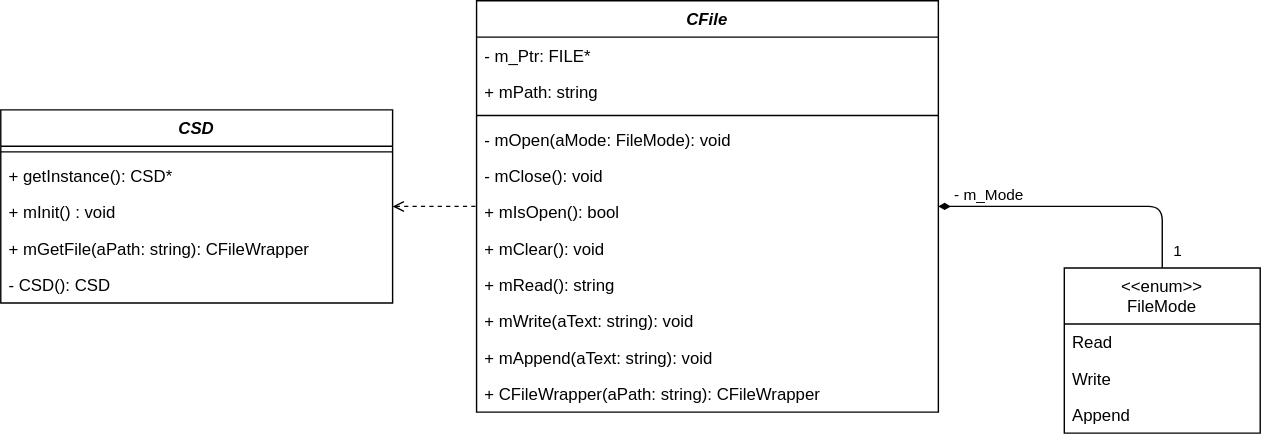
Above: uml/sd-abstraction.drawio.svg in SenseBoxTI/FirmwareDesign (draw.io), before the change. Source tidied: cells renumbered, new cells last; positions are measured from the earlier drawing's top-left corner, leaving out a move shared by most shapes. Source of this version:
```xml
<mxGraphModel>
  <root>
    <mxCell id="0" />
    <mxCell id="1" parent="0" />
    <mxCell id="2" style="edgeStyle=orthogonalEdgeStyle;html=1;exitX=1;exitY=0.5;exitDx=0;exitDy=0;entryX=0;entryY=0.5;entryDx=0;entryDy=0;startArrow=open;startFill=0;endArrow=none;endFill=0;dashed=1;" parent="1" edge="1" source="3" target="9">
      <mxGeometry relative="1" as="geometry" />
    </mxCell>
    <mxCell id="3" value="CSD" style="swimlane;fontStyle=3;align=center;verticalAlign=top;horizontal=1;startSize=26;" parent="1" vertex="1">
      <mxGeometry y="78" width="280" height="138" as="geometry" />
    </mxCell>
    <mxCell id="4" style="line;strokeWidth=1;fillColor=none;align=left;verticalAlign=middle;spacingTop=-1;spacingLeft=3;spacingRight=3;labelPosition=right;" parent="3" vertex="1">
      <mxGeometry y="26" width="280" height="8" as="geometry" />
    </mxCell>
    <mxCell id="5" value="+ getInstance(): CSD*" style="text;strokeColor=none;fillColor=none;align=left;verticalAlign=top;spacingLeft=4;spacingRight=4;overflow=hidden;fontStyle=0;" parent="3" vertex="1">
      <mxGeometry y="34" width="280" height="26" as="geometry" />
    </mxCell>
    <mxCell id="6" value="+ mInit() : void" style="text;strokeColor=none;fillColor=none;align=left;verticalAlign=top;spacingLeft=4;spacingRight=4;overflow=hidden;fontStyle=0;" parent="3" vertex="1">
      <mxGeometry y="60" width="280" height="26" as="geometry" />
    </mxCell>
    <mxCell id="7" value="+ mGetFile(aPath: string): CFileWrapper" style="text;strokeColor=none;fillColor=none;align=left;verticalAlign=top;spacingLeft=4;spacingRight=4;overflow=hidden;" parent="3" vertex="1">
      <mxGeometry y="86" width="280" height="26" as="geometry" />
    </mxCell>
    <mxCell id="8" value="- CSD(): CSD" style="text;strokeColor=none;fillColor=none;align=left;verticalAlign=top;spacingLeft=4;spacingRight=4;overflow=hidden;" parent="3" vertex="1">
      <mxGeometry y="112" width="280" height="26" as="geometry" />
    </mxCell>
    <mxCell id="9" value="CFile" style="swimlane;fontStyle=3;align=center;verticalAlign=top;horizontal=1;startSize=26;" parent="1" vertex="1">
      <mxGeometry x="340" width="330" height="294" as="geometry" />
    </mxCell>
    <mxCell id="10" value="- m_Ptr: FILE*" style="text;strokeColor=none;fillColor=none;align=left;verticalAlign=top;spacingLeft=4;spacingRight=4;overflow=hidden;" parent="9" vertex="1">
      <mxGeometry y="26" width="330" height="26" as="geometry" />
    </mxCell>
    <mxCell id="11" value="+ mPath: string" style="text;strokeColor=none;fillColor=none;align=left;verticalAlign=top;spacingLeft=4;spacingRight=4;overflow=hidden;" parent="9" vertex="1">
      <mxGeometry y="52" width="330" height="26" as="geometry" />
    </mxCell>
    <mxCell id="12" style="line;strokeWidth=1;fillColor=none;align=left;verticalAlign=middle;spacingTop=-1;spacingLeft=3;spacingRight=3;labelPosition=right;" parent="9" vertex="1">
      <mxGeometry y="78" width="330" height="8" as="geometry" />
    </mxCell>
    <mxCell id="13" value="- mOpen(aMode: FileMode): void" style="text;strokeColor=none;fillColor=none;align=left;verticalAlign=top;spacingLeft=4;spacingRight=4;overflow=hidden;" parent="9" vertex="1">
      <mxGeometry y="86" width="330" height="26" as="geometry" />
    </mxCell>
    <mxCell id="14" value="- mClose(): void" style="text;strokeColor=none;fillColor=none;align=left;verticalAlign=top;spacingLeft=4;spacingRight=4;overflow=hidden;" parent="9" vertex="1">
      <mxGeometry y="112" width="330" height="26" as="geometry" />
    </mxCell>
    <mxCell id="15" value="+ mIsOpen(): bool" style="text;strokeColor=none;fillColor=none;align=left;verticalAlign=top;spacingLeft=4;spacingRight=4;overflow=hidden;" parent="9" vertex="1">
      <mxGeometry y="138" width="330" height="26" as="geometry" />
    </mxCell>
    <mxCell id="16" value="+ mClear(): void" style="text;strokeColor=none;fillColor=none;align=left;verticalAlign=top;spacingLeft=4;spacingRight=4;overflow=hidden;" parent="9" vertex="1">
      <mxGeometry y="164" width="330" height="26" as="geometry" />
    </mxCell>
    <mxCell id="17" value="+ mRead(): string" style="text;strokeColor=none;fillColor=none;align=left;verticalAlign=top;spacingLeft=4;spacingRight=4;overflow=hidden;" parent="9" vertex="1">
      <mxGeometry y="190" width="330" height="26" as="geometry" />
    </mxCell>
    <mxCell id="18" value="+ mWrite(aText: string): void" style="text;strokeColor=none;fillColor=none;align=left;verticalAlign=top;spacingLeft=4;spacingRight=4;overflow=hidden;" parent="9" vertex="1">
      <mxGeometry y="216" width="330" height="26" as="geometry" />
    </mxCell>
    <mxCell id="19" value="+ mAppend(aText: string): void" style="text;strokeColor=none;fillColor=none;align=left;verticalAlign=top;spacingLeft=4;spacingRight=4;overflow=hidden;" parent="9" vertex="1">
      <mxGeometry y="242" width="330" height="26" as="geometry" />
    </mxCell>
    <mxCell id="20" value="+ CFileWrapper(aPath: string): CFileWrapper" style="text;strokeColor=none;fillColor=none;align=left;verticalAlign=top;spacingLeft=4;spacingRight=4;overflow=hidden;" parent="9" vertex="1">
      <mxGeometry y="268" width="330" height="26" as="geometry" />
    </mxCell>
    <mxCell id="21" style="edgeStyle=orthogonalEdgeStyle;html=1;exitX=0.5;exitY=0;exitDx=0;exitDy=0;entryX=1;entryY=0.5;entryDx=0;entryDy=0;endArrow=diamondThin;endFill=1;" parent="1" edge="1" source="24" target="9">
      <mxGeometry relative="1" as="geometry" />
    </mxCell>
    <mxCell id="22" value="- m_Mode" style="edgeLabel;html=1;align=center;verticalAlign=middle;" parent="21" vertex="1">
      <mxGeometry x="0.81" y="-3" relative="1" as="geometry">
        <mxPoint x="15" y="-6" as="offset" />
      </mxGeometry>
    </mxCell>
    <mxCell id="23" value="1" style="edgeLabel;html=1;align=center;verticalAlign=middle;" parent="21" vertex="1">
      <mxGeometry x="-0.87" y="-2" relative="1" as="geometry">
        <mxPoint x="8" as="offset" />
      </mxGeometry>
    </mxCell>
    <mxCell id="24" value="&lt;&lt;enum&gt;&gt;&#10;FileMode" style="swimlane;fontStyle=0;horizontal=1;startSize=40;fillColor=none;" parent="1" vertex="1">
      <mxGeometry x="760" y="191" width="140" height="118" as="geometry" />
    </mxCell>
    <mxCell id="25" value="Read" style="text;strokeColor=none;fillColor=none;align=left;verticalAlign=top;spacingLeft=4;spacingRight=4;overflow=hidden;" parent="24" vertex="1">
      <mxGeometry y="40" width="140" height="26" as="geometry" />
    </mxCell>
    <mxCell id="26" value="Write" style="text;strokeColor=none;fillColor=none;align=left;verticalAlign=top;spacingLeft=4;spacingRight=4;overflow=hidden;" parent="24" vertex="1">
      <mxGeometry y="66" width="140" height="26" as="geometry" />
    </mxCell>
    <mxCell id="27" value="Append" style="text;strokeColor=none;fillColor=none;align=left;verticalAlign=top;spacingLeft=4;spacingRight=4;overflow=hidden;" parent="24" vertex="1">
      <mxGeometry y="92" width="140" height="26" as="geometry" />
    </mxCell>
  </root>
</mxGraphModel>
```
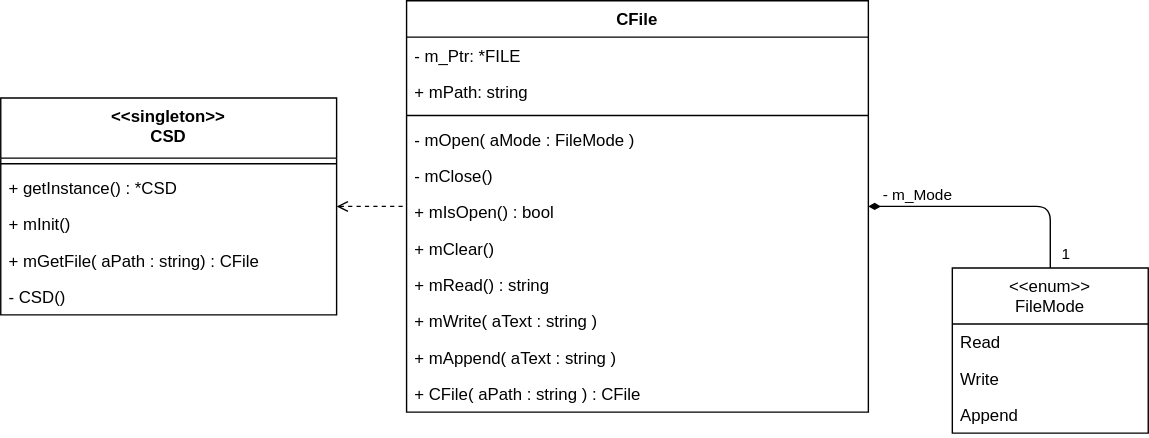
After the change.

Commit message:
remove void, place pointer before type, extra spacing

Diff of the diagram source:
```diff
@@ -5,28 +5,28 @@
     <mxCell id="2" style="edgeStyle=orthogonalEdgeStyle;html=1;exitX=1;exitY=0.5;exitDx=0;exitDy=0;entryX=0;entryY=0.5;entryDx=0;entryDy=0;startArrow=open;startFill=0;endArrow=none;endFill=0;dashed=1;" parent="1" edge="1" source="3" target="9">
       <mxGeometry relative="1" as="geometry" />
     </mxCell>
-    <mxCell id="3" value="CSD" style="swimlane;fontStyle=3;align=center;verticalAlign=top;horizontal=1;startSize=26;" parent="1" vertex="1">
-      <mxGeometry y="78" width="280" height="138" as="geometry" />
+    <mxCell id="3" value="&lt;&lt;singleton&gt;&gt;&#10;CSD" style="swimlane;fontStyle=1;align=center;verticalAlign=top;horizontal=1;startSize=43;" parent="1" vertex="1">
+      <mxGeometry x="50" y="69.5" width="240" height="155" as="geometry" />
     </mxCell>
     <mxCell id="4" style="line;strokeWidth=1;fillColor=none;align=left;verticalAlign=middle;spacingTop=-1;spacingLeft=3;spacingRight=3;labelPosition=right;" parent="3" vertex="1">
-      <mxGeometry y="26" width="280" height="8" as="geometry" />
+      <mxGeometry y="43" width="240" height="8" as="geometry" />
     </mxCell>
-    <mxCell id="5" value="+ getInstance(): CSD*" style="text;strokeColor=none;fillColor=none;align=left;verticalAlign=top;spacingLeft=4;spacingRight=4;overflow=hidden;fontStyle=0;" parent="3" vertex="1">
-      <mxGeometry y="34" width="280" height="26" as="geometry" />
+    <mxCell id="5" value="+ getInstance() : *CSD" style="text;strokeColor=none;fillColor=none;align=left;verticalAlign=top;spacingLeft=4;spacingRight=4;overflow=hidden;fontStyle=0;" parent="3" vertex="1">
+      <mxGeometry y="51" width="240" height="26" as="geometry" />
     </mxCell>
-    <mxCell id="6" value="+ mInit() : void" style="text;strokeColor=none;fillColor=none;align=left;verticalAlign=top;spacingLeft=4;spacingRight=4;overflow=hidden;fontStyle=0;" parent="3" vertex="1">
-      <mxGeometry y="60" width="280" height="26" as="geometry" />
+    <mxCell id="6" value="+ mInit()" style="text;strokeColor=none;fillColor=none;align=left;verticalAlign=top;spacingLeft=4;spacingRight=4;overflow=hidden;fontStyle=0;" parent="3" vertex="1">
+      <mxGeometry y="77" width="240" height="26" as="geometry" />
     </mxCell>
-    <mxCell id="7" value="+ mGetFile(aPath: string): CFileWrapper" style="text;strokeColor=none;fillColor=none;align=left;verticalAlign=top;spacingLeft=4;spacingRight=4;overflow=hidden;" parent="3" vertex="1">
-      <mxGeometry y="86" width="280" height="26" as="geometry" />
+    <mxCell id="7" value="+ mGetFile( aPath : string) : CFile" style="text;strokeColor=none;fillColor=none;align=left;verticalAlign=top;spacingLeft=4;spacingRight=4;overflow=hidden;" parent="3" vertex="1">
+      <mxGeometry y="103" width="240" height="26" as="geometry" />
     </mxCell>
-    <mxCell id="8" value="- CSD(): CSD" style="text;strokeColor=none;fillColor=none;align=left;verticalAlign=top;spacingLeft=4;spacingRight=4;overflow=hidden;" parent="3" vertex="1">
-      <mxGeometry y="112" width="280" height="26" as="geometry" />
+    <mxCell id="8" value="- CSD()" style="text;strokeColor=none;fillColor=none;align=left;verticalAlign=top;spacingLeft=4;spacingRight=4;overflow=hidden;" parent="3" vertex="1">
+      <mxGeometry y="129" width="240" height="26" as="geometry" />
     </mxCell>
-    <mxCell id="9" value="CFile" style="swimlane;fontStyle=3;align=center;verticalAlign=top;horizontal=1;startSize=26;" parent="1" vertex="1">
+    <mxCell id="9" value="CFile" style="swimlane;fontStyle=1;align=center;verticalAlign=top;horizontal=1;startSize=26;" parent="1" vertex="1">
       <mxGeometry x="340" width="330" height="294" as="geometry" />
     </mxCell>
-    <mxCell id="10" value="- m_Ptr: FILE*" style="text;strokeColor=none;fillColor=none;align=left;verticalAlign=top;spacingLeft=4;spacingRight=4;overflow=hidden;" parent="9" vertex="1">
+    <mxCell id="10" value="- m_Ptr: *FILE" style="text;strokeColor=none;fillColor=none;align=left;verticalAlign=top;spacingLeft=4;spacingRight=4;overflow=hidden;" parent="9" vertex="1">
       <mxGeometry y="26" width="330" height="26" as="geometry" />
     </mxCell>
     <mxCell id="11" value="+ mPath: string" style="text;strokeColor=none;fillColor=none;align=left;verticalAlign=top;spacingLeft=4;spacingRight=4;overflow=hidden;" parent="9" vertex="1">
@@ -35,28 +35,28 @@
     <mxCell id="12" style="line;strokeWidth=1;fillColor=none;align=left;verticalAlign=middle;spacingTop=-1;spacingLeft=3;spacingRight=3;labelPosition=right;" parent="9" vertex="1">
       <mxGeometry y="78" width="330" height="8" as="geometry" />
     </mxCell>
-    <mxCell id="13" value="- mOpen(aMode: FileMode): void" style="text;strokeColor=none;fillColor=none;align=left;verticalAlign=top;spacingLeft=4;spacingRight=4;overflow=hidden;" parent="9" vertex="1">
+    <mxCell id="13" value="- mOpen( aMode : FileMode )" style="text;strokeColor=none;fillColor=none;align=left;verticalAlign=top;spacingLeft=4;spacingRight=4;overflow=hidden;" parent="9" vertex="1">
       <mxGeometry y="86" width="330" height="26" as="geometry" />
     </mxCell>
-    <mxCell id="14" value="- mClose(): void" style="text;strokeColor=none;fillColor=none;align=left;verticalAlign=top;spacingLeft=4;spacingRight=4;overflow=hidden;" parent="9" vertex="1">
+    <mxCell id="14" value="- mClose()" style="text;strokeColor=none;fillColor=none;align=left;verticalAlign=top;spacingLeft=4;spacingRight=4;overflow=hidden;" parent="9" vertex="1">
       <mxGeometry y="112" width="330" height="26" as="geometry" />
     </mxCell>
-    <mxCell id="15" value="+ mIsOpen(): bool" style="text;strokeColor=none;fillColor=none;align=left;verticalAlign=top;spacingLeft=4;spacingRight=4;overflow=hidden;" parent="9" vertex="1">
+    <mxCell id="15" value="+ mIsOpen() : bool" style="text;strokeColor=none;fillColor=none;align=left;verticalAlign=top;spacingLeft=4;spacingRight=4;overflow=hidden;" parent="9" vertex="1">
       <mxGeometry y="138" width="330" height="26" as="geometry" />
     </mxCell>
-    <mxCell id="16" value="+ mClear(): void" style="text;strokeColor=none;fillColor=none;align=left;verticalAlign=top;spacingLeft=4;spacingRight=4;overflow=hidden;" parent="9" vertex="1">
+    <mxCell id="16" value="+ mClear()" style="text;strokeColor=none;fillColor=none;align=left;verticalAlign=top;spacingLeft=4;spacingRight=4;overflow=hidden;" parent="9" vertex="1">
       <mxGeometry y="164" width="330" height="26" as="geometry" />
     </mxCell>
-    <mxCell id="17" value="+ mRead(): string" style="text;strokeColor=none;fillColor=none;align=left;verticalAlign=top;spacingLeft=4;spacingRight=4;overflow=hidden;" parent="9" vertex="1">
+    <mxCell id="17" value="+ mRead() : string" style="text;strokeColor=none;fillColor=none;align=left;verticalAlign=top;spacingLeft=4;spacingRight=4;overflow=hidden;" parent="9" vertex="1">
       <mxGeometry y="190" width="330" height="26" as="geometry" />
     </mxCell>
-    <mxCell id="18" value="+ mWrite(aText: string): void" style="text;strokeColor=none;fillColor=none;align=left;verticalAlign=top;spacingLeft=4;spacingRight=4;overflow=hidden;" parent="9" vertex="1">
+    <mxCell id="18" value="+ mWrite( aText : string )" style="text;strokeColor=none;fillColor=none;align=left;verticalAlign=top;spacingLeft=4;spacingRight=4;overflow=hidden;" parent="9" vertex="1">
       <mxGeometry y="216" width="330" height="26" as="geometry" />
     </mxCell>
-    <mxCell id="19" value="+ mAppend(aText: string): void" style="text;strokeColor=none;fillColor=none;align=left;verticalAlign=top;spacingLeft=4;spacingRight=4;overflow=hidden;" parent="9" vertex="1">
+    <mxCell id="19" value="+ mAppend( aText : string )" style="text;strokeColor=none;fillColor=none;align=left;verticalAlign=top;spacingLeft=4;spacingRight=4;overflow=hidden;" parent="9" vertex="1">
       <mxGeometry y="242" width="330" height="26" as="geometry" />
     </mxCell>
-    <mxCell id="20" value="+ CFileWrapper(aPath: string): CFileWrapper" style="text;strokeColor=none;fillColor=none;align=left;verticalAlign=top;spacingLeft=4;spacingRight=4;overflow=hidden;" parent="9" vertex="1">
+    <mxCell id="20" value="+ CFile( aPath : string ) : CFile" style="text;strokeColor=none;fillColor=none;align=left;verticalAlign=top;spacingLeft=4;spacingRight=4;overflow=hidden;" parent="9" vertex="1">
       <mxGeometry y="268" width="330" height="26" as="geometry" />
     </mxCell>
     <mxCell id="21" style="edgeStyle=orthogonalEdgeStyle;html=1;exitX=0.5;exitY=0;exitDx=0;exitDy=0;entryX=1;entryY=0.5;entryDx=0;entryDy=0;endArrow=diamondThin;endFill=1;" parent="1" edge="1" source="24" target="9">
@@ -64,7 +64,7 @@
     </mxCell>
     <mxCell id="22" value="- m_Mode" style="edgeLabel;html=1;align=center;verticalAlign=middle;" parent="21" vertex="1">
       <mxGeometry x="0.81" y="-3" relative="1" as="geometry">
-        <mxPoint x="15" y="-6" as="offset" />
+        <mxPoint x="17" y="-6" as="offset" />
       </mxGeometry>
     </mxCell>
     <mxCell id="23" value="1" style="edgeLabel;html=1;align=center;verticalAlign=middle;" parent="21" vertex="1">
@@ -73,7 +73,7 @@
       </mxGeometry>
     </mxCell>
     <mxCell id="24" value="&lt;&lt;enum&gt;&gt;&#10;FileMode" style="swimlane;fontStyle=0;horizontal=1;startSize=40;fillColor=none;" parent="1" vertex="1">
-      <mxGeometry x="760" y="191" width="140" height="118" as="geometry" />
+      <mxGeometry x="730" y="191" width="140" height="118" as="geometry" />
     </mxCell>
     <mxCell id="25" value="Read" style="text;strokeColor=none;fillColor=none;align=left;verticalAlign=top;spacingLeft=4;spacingRight=4;overflow=hidden;" parent="24" vertex="1">
       <mxGeometry y="40" width="140" height="26" as="geometry" />
```
